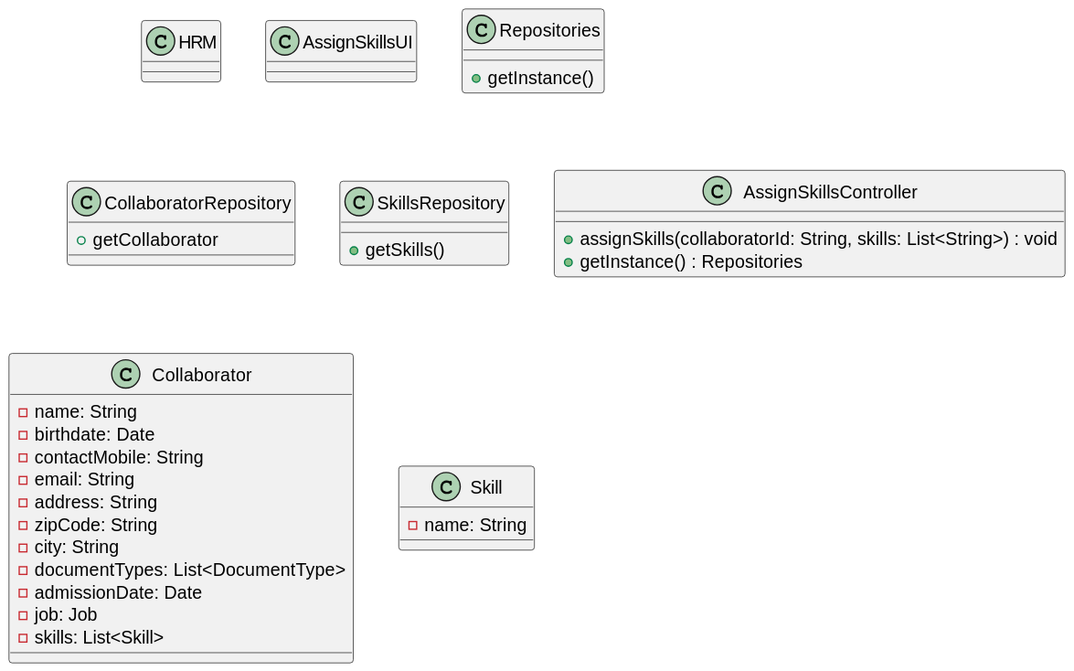
Earlier version of the PlantUML export docs/sprintB/us004/03.design/svg/us004-class-diagram.svg (ricardomm7/leaflink).
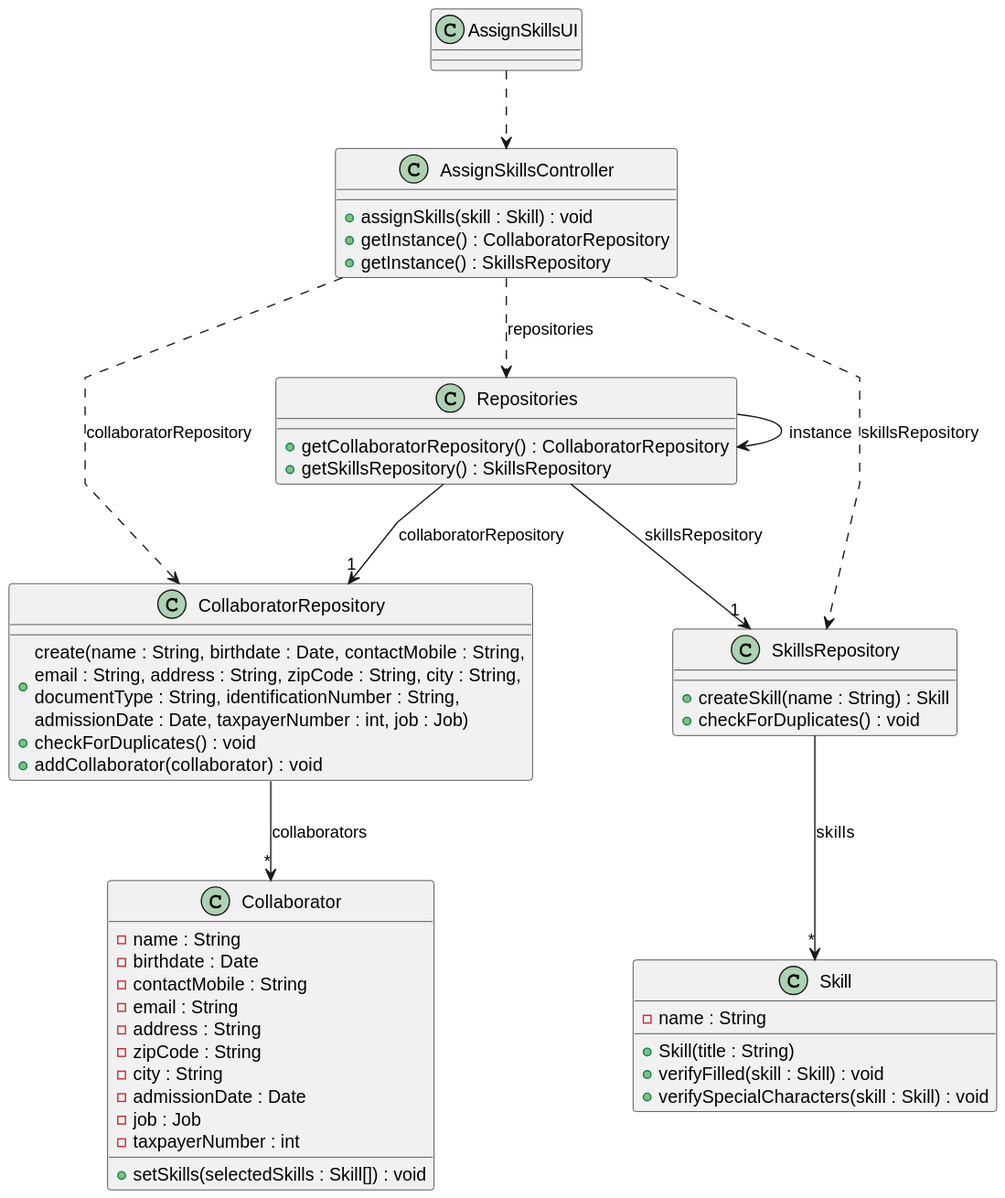
After the change.

What changed in the source:
```diff
@@ -3,46 +3,59 @@
 skinparam shadowing false
 skinparam linetype polyline
 
-class HRM {
-}
-
-
 class AssignSkillsUI {
 }
 
+class AssignSkillsController {
+    + assignSkills(skill : Skill) : void
+    + getInstance() : CollaboratorRepository
+    + getInstance() : SkillsRepository
+}
+
 class Repositories {
-    + getInstance()
+    + getCollaboratorRepository() : CollaboratorRepository
+    + getSkillsRepository() : SkillsRepository
 }
 
 class CollaboratorRepository {
-    + getCollaborator
+        + create(name : String, birthdate : Date, contactMobile : String,\nemail : String, address : String, zipCode : String, city : String,\ndocumentType : String, identificationNumber : String, \nadmissionDate : Date, taxpayerNumber : int, job : Job)
+        + checkForDuplicates() : void
+        + addCollaborator(collaborator) : void
 }
 
 class SkillsRepository {
-    + getSkills()
-}
-
-class AssignSkillsController {
-    +assignSkills(collaboratorId: String, skills: List<String>) : void
-    +getInstance() : Repositories
+    + createSkill(name : String) : Skill
+    + checkForDuplicates() : void
 }
 
 class Collaborator {
-    - name: String
-    - birthdate: Date
-    - contactMobile: String
-    - email: String
-    - address: String
-    - zipCode: String
-    - city: String
-    - documentTypes: List<DocumentType>
-    - admissionDate: Date
-    - job: Job
-    - skills: List<Skill>
+    - name : String
+    - birthdate : Date
+    - contactMobile : String
+    - email : String
+    - address : String
+    - zipCode : String
+    - city : String
+    - admissionDate : Date
+    - job : Job
+    - taxpayerNumber : int
+    + setSkills(selectedSkills : Skill[]) : void
 }
 
+class Skill {
+    - name : String
+    + Skill(title : String)
+    + verifyFilled(skill : Skill) : void
+    + verifySpecialCharacters(skill : Skill) : void
+}
 
-class Skill {
-    - name: String
-}
+AssignSkillsUI ..> AssignSkillsController
+AssignSkillsController ..> Repositories : repositories
+Repositories --> Repositories : instance
+Repositories --> "1" CollaboratorRepository : collaboratorRepository
+Repositories --> "1" SkillsRepository : skillsRepository
+AssignSkillsController ..> CollaboratorRepository : collaboratorRepository
+AssignSkillsController ..> SkillsRepository : skillsRepository
+CollaboratorRepository --> "*" Collaborator : collaborators
+SkillsRepository --> "*" Skill : skills
 @enduml
```
